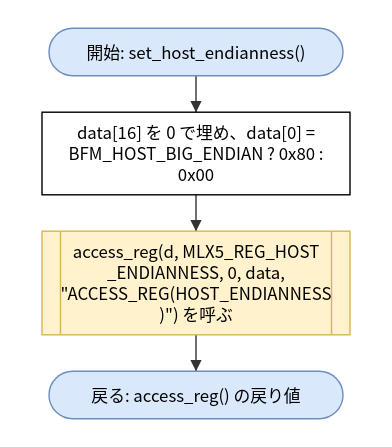
This is doc/spec/images/flow_src_mlx5_hca__set_host_endianness.drawio.svg from hf355051012-ai/bfmem, a draw.io export, as it was before one commit. Source tidied: cells renumbered, new cells last; positions are measured from the earlier drawing's top-left corner, leaving out a move shared by most shapes. Source of this version:
```xml
<mxGraphModel>
  <root>
    <mxCell id="0" />
    <mxCell id="1" parent="0" />
    <mxCell id="2" value="開始: set_host_endianness()" style="rounded=1;arcSize=50;whiteSpace=wrap;html=1;fillColor=#dae8fc;strokeColor=#6c8ebf;" parent="1" vertex="1">
      <mxGeometry x="5" width="210" height="34" as="geometry" />
    </mxCell>
    <mxCell id="3" value="data[16] を 0 で埋め、data[0] =&lt;br&gt;BFM_HOST_BIG_ENDIAN ? 0x80 :&lt;br&gt;0x00" style="rounded=0;whiteSpace=wrap;html=1;" parent="1" vertex="1">
      <mxGeometry y="60" width="220" height="59" as="geometry" />
    </mxCell>
    <mxCell id="4" value="access_reg(d, MLX5_REG_HOST&lt;br&gt;_ENDIANNESS, 0, data,&lt;br&gt;&amp;quot;ACCESS_REG(HOST_ENDIANNESS&lt;br&gt;)&amp;quot;) を呼ぶ" style="shape=process;whiteSpace=wrap;html=1;backgroundOutline=1;size=0.06;fillColor=#fff2cc;strokeColor=#d6b656;" parent="1" vertex="1">
      <mxGeometry y="145" width="220" height="74" as="geometry" />
    </mxCell>
    <mxCell id="5" value="戻る: access_reg() の戻り値" style="rounded=1;arcSize=50;whiteSpace=wrap;html=1;fillColor=#dae8fc;strokeColor=#6c8ebf;" parent="1" vertex="1">
      <mxGeometry x="5" y="245" width="210" height="34" as="geometry" />
    </mxCell>
    <mxCell id="6" style="edgeStyle=none;html=1;rounded=0;endArrow=block;endFill=1;exitX=0.5000;exitY=1.0000;exitDx=0;exitDy=0;exitPerimeter=0;entryX=0.5000;entryY=0.0000;entryDx=0;entryDy=0;entryPerimeter=0;" parent="1" edge="1" source="2" target="3">
      <mxGeometry relative="1" as="geometry" />
    </mxCell>
    <mxCell id="7" style="edgeStyle=none;html=1;rounded=0;endArrow=block;endFill=1;exitX=0.5000;exitY=1.0000;exitDx=0;exitDy=0;exitPerimeter=0;entryX=0.5000;entryY=0.0000;entryDx=0;entryDy=0;entryPerimeter=0;" parent="1" edge="1" source="3" target="4">
      <mxGeometry relative="1" as="geometry" />
    </mxCell>
    <mxCell id="8" style="edgeStyle=none;html=1;rounded=0;endArrow=block;endFill=1;exitX=0.5000;exitY=1.0000;exitDx=0;exitDy=0;exitPerimeter=0;entryX=0.5000;entryY=0.0000;entryDx=0;entryDy=0;entryPerimeter=0;" parent="1" edge="1" source="4" target="5">
      <mxGeometry relative="1" as="geometry" />
    </mxCell>
  </root>
</mxGraphModel>
```
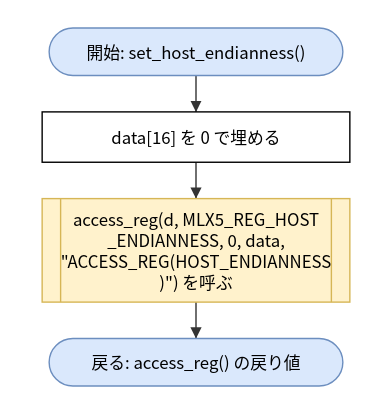
The same file after the commit.

The edit, as a diff of the source:
```diff
@@ -5,14 +5,14 @@
     <mxCell id="2" value="開始: set_host_endianness()" style="rounded=1;arcSize=50;whiteSpace=wrap;html=1;fillColor=#dae8fc;strokeColor=#6c8ebf;" parent="1" vertex="1">
       <mxGeometry x="5" width="210" height="34" as="geometry" />
     </mxCell>
-    <mxCell id="3" value="data[16] を 0 で埋め、data[0] =&lt;br&gt;BFM_HOST_BIG_ENDIAN ? 0x80 :&lt;br&gt;0x00" style="rounded=0;whiteSpace=wrap;html=1;" parent="1" vertex="1">
-      <mxGeometry y="60" width="220" height="59" as="geometry" />
+    <mxCell id="3" value="data[16] を 0 で埋める" style="rounded=0;whiteSpace=wrap;html=1;" parent="1" vertex="1">
+      <mxGeometry y="60" width="220" height="36" as="geometry" />
     </mxCell>
     <mxCell id="4" value="access_reg(d, MLX5_REG_HOST&lt;br&gt;_ENDIANNESS, 0, data,&lt;br&gt;&amp;quot;ACCESS_REG(HOST_ENDIANNESS&lt;br&gt;)&amp;quot;) を呼ぶ" style="shape=process;whiteSpace=wrap;html=1;backgroundOutline=1;size=0.06;fillColor=#fff2cc;strokeColor=#d6b656;" parent="1" vertex="1">
-      <mxGeometry y="145" width="220" height="74" as="geometry" />
+      <mxGeometry y="122" width="220" height="74" as="geometry" />
     </mxCell>
     <mxCell id="5" value="戻る: access_reg() の戻り値" style="rounded=1;arcSize=50;whiteSpace=wrap;html=1;fillColor=#dae8fc;strokeColor=#6c8ebf;" parent="1" vertex="1">
-      <mxGeometry x="5" y="245" width="210" height="34" as="geometry" />
+      <mxGeometry x="5" y="222" width="210" height="34" as="geometry" />
     </mxCell>
     <mxCell id="6" style="edgeStyle=none;html=1;rounded=0;endArrow=block;endFill=1;exitX=0.5000;exitY=1.0000;exitDx=0;exitDy=0;exitPerimeter=0;entryX=0.5000;entryY=0.0000;entryDx=0;entryDy=0;entryPerimeter=0;" parent="1" edge="1" source="2" target="3">
       <mxGeometry relative="1" as="geometry" />
```
